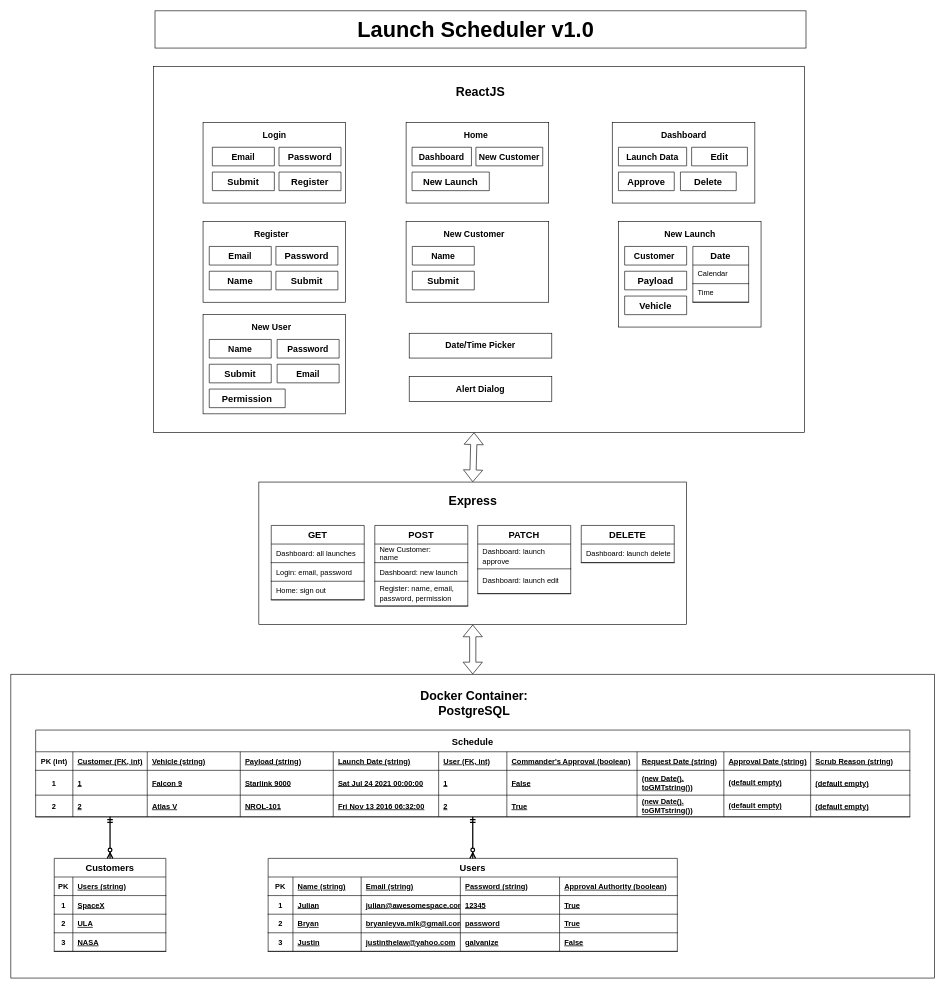
Above: Description/SCHEMA.drawio in nailuj843/ussf_sdi_project_2 (draw.io), before the change. Source tidied: cells renumbered, new cells numbered last; positions are measured from the earlier drawing's top-left corner, leaving out a move shared by most shapes. Both pictures are drawn from the tidied source at 62%, with x=0, y=0 at pixel (11, 11).
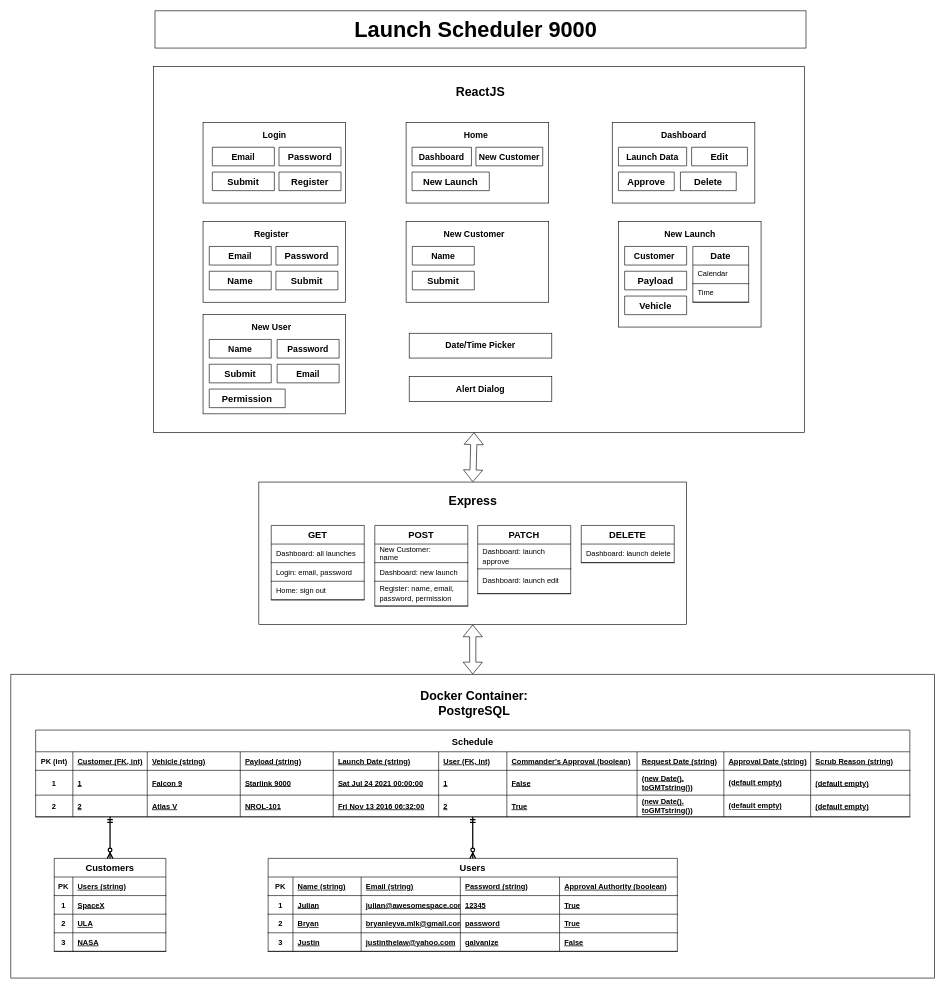
The same page after the edit.

What changed in the source:
```diff
@@
-    <mxCell id="149" value="Launch Scheduler v1.0" style="text;html=1;strokeColor=none;fillColor=none;align=center;verticalAlign=middle;whiteSpace=wrap;rounded=0;dashed=1;fontSize=35;fontStyle=1;" parent="1" vertex="1">
+    <mxCell id="149" value="Launch Scheduler 9000" style="text;html=1;strokeColor=none;fillColor=none;align=center;verticalAlign=middle;whiteSpace=wrap;rounded=0;dashed=1;fontSize=35;fontStyle=1;" parent="1" vertex="1">
       <mxGeometry x="530" y="20" width="440" height="20" as="geometry" />
     </mxCell>
```
